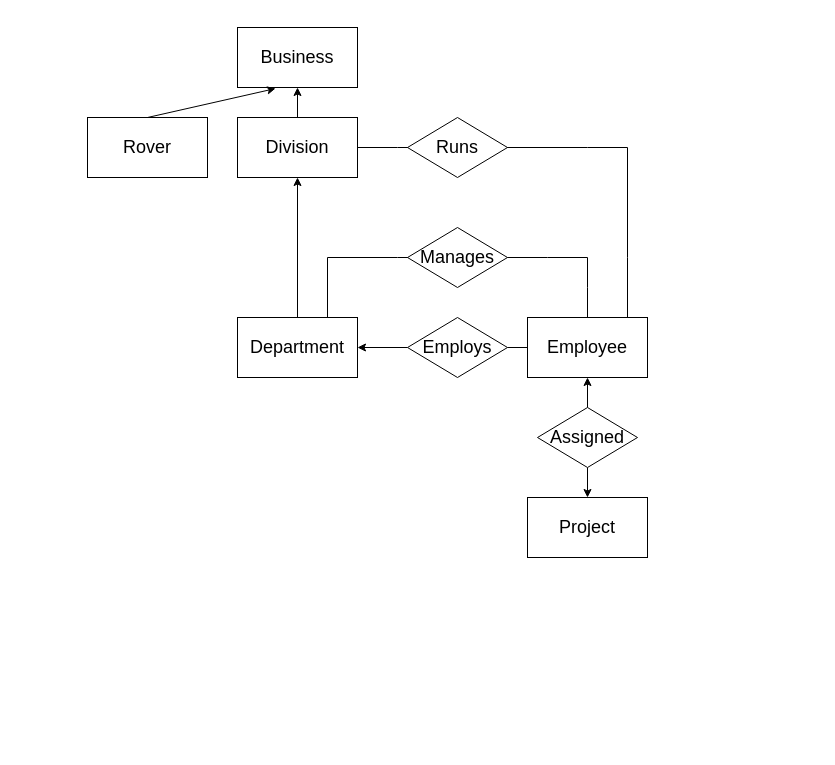
Earlier version of the draw.io diagram business.drawio (lucylee-412/CISC-3810). Source tidied: cells renumbered, new cells numbered last; positions are measured from the earlier drawing's top-left corner, leaving out a move shared by most shapes. Both pictures are drawn from the tidied source at 100%, with x=0, y=0 at pixel (87, 27).
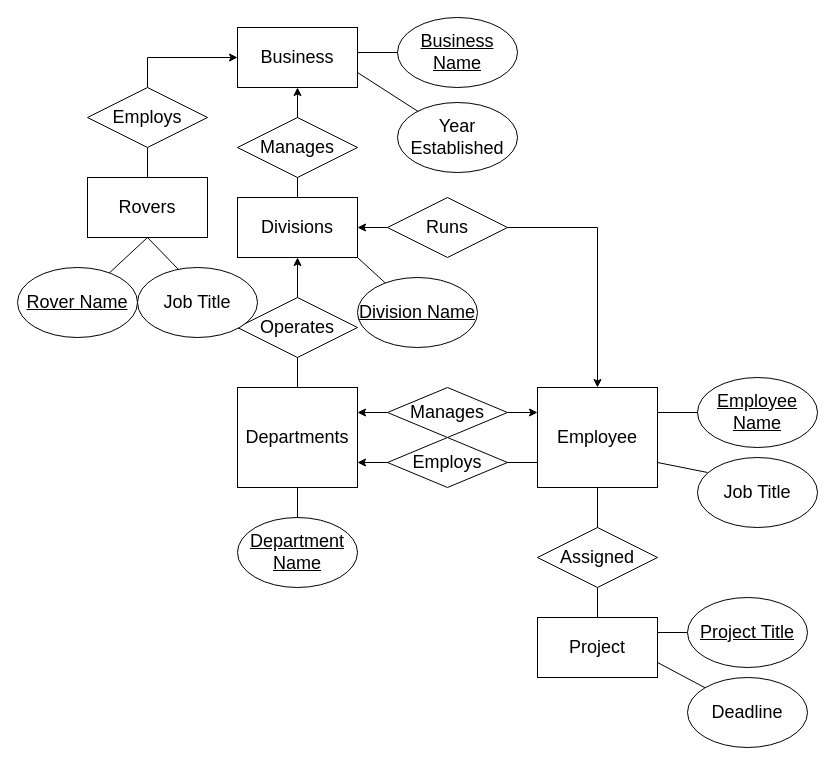
The same page after the edit.

Unchanged cells that the change refers to:
```xml
<mxCell id="7" value="&lt;font style=&quot;font-size: 18px&quot;&gt;Business&lt;/font&gt;" style="rounded=0;whiteSpace=wrap;html=1;" parent="1" vertex="1">
  <mxGeometry x="150" width="120" height="60" as="geometry" />
</mxCell>
```

Change to the diagram source:
```diff
@@
-    <mxCell id="2" value="&lt;font style=&quot;font-size: 18px&quot;&gt;Department&lt;/font&gt;" style="rounded=0;whiteSpace=wrap;html=1;" parent="1" vertex="1">
-      <mxGeometry x="150" y="290" width="120" height="60" as="geometry" />
+    <mxCell id="2" value="&lt;font style=&quot;font-size: 18px&quot;&gt;Departments&lt;/font&gt;" style="rounded=0;whiteSpace=wrap;html=1;" parent="1" vertex="1">
+      <mxGeometry x="150" y="360" width="120" height="100" as="geometry" />
     </mxCell>
-    <mxCell id="3" value="Employs" style="rhombus;whiteSpace=wrap;html=1;fontSize=18;" parent="1" vertex="1">
-      <mxGeometry x="320" y="290" width="100" height="60" as="geometry" />
+    <mxCell id="3" value="Manages" style="rhombus;whiteSpace=wrap;html=1;fontSize=18;" parent="1" vertex="1">
+      <mxGeometry x="300" y="360" width="120" height="50" as="geometry" />
     </mxCell>
     <mxCell id="4" value="&lt;font style=&quot;font-size: 18px&quot;&gt;Employee&lt;/font&gt;" style="rounded=0;whiteSpace=wrap;html=1;" parent="1" vertex="1">
-      <mxGeometry x="440" y="290" width="120" height="60" as="geometry" />
+      <mxGeometry x="450" y="360" width="120" height="100" as="geometry" />
     </mxCell>
-    <mxCell id="5" style="endArrow=none;html=1;rounded=0;fontSize=18;exitX=1;exitY=0.5;exitDx=0;exitDy=0;entryX=0;entryY=0.5;entryDx=0;entryDy=0;" parent="1" edge="1" source="3" target="4">
-      <mxGeometry relative="1" as="geometry" />
-    </mxCell>
-    <mxCell id="6" style="endArrow=classic;html=1;rounded=0;fontSize=16;exitX=0.5;exitY=0;exitDx=0;exitDy=0;" parent="1" edge="1" source="2">
-      <mxGeometry relative="1" as="geometry">
-        <mxPoint x="210" y="150" as="targetPoint" />
-      </mxGeometry>
+    <mxCell id="6" style="endArrow=classic;html=1;rounded=0;fontSize=16;exitX=0.5;exitY=0;exitDx=0;exitDy=0;startArrow=none;entryX=0.5;entryY=1;entryDx=0;entryDy=0;" parent="1" edge="1" source="23" target="11">
+      <mxGeometry relative="1" as="geometry" />
     </mxCell>
@@
-    <mxCell id="8" style="endArrow=classic;html=1;rounded=0;entryX=1;entryY=0.5;entryDx=0;entryDy=0;" parent="1" edge="1" source="3" target="2">
+    <mxCell id="8" style="endArrow=classic;html=1;rounded=0;entryX=1;entryY=0.25;entryDx=0;entryDy=0;" parent="1" edge="1" source="3" target="2">
       <mxGeometry relative="1" as="geometry" />
     </mxCell>
-    <mxCell id="9" value="&lt;font style=&quot;font-size: 18px&quot;&gt;Rover&lt;/font&gt;" style="rounded=0;whiteSpace=wrap;html=1;" parent="1" vertex="1">
-      <mxGeometry y="90" width="120" height="60" as="geometry" />
+    <mxCell id="9" value="&lt;font style=&quot;font-size: 18px&quot;&gt;Rovers&lt;/font&gt;" style="rounded=0;whiteSpace=wrap;html=1;" parent="1" vertex="1">
+      <mxGeometry y="150" width="120" height="60" as="geometry" />
     </mxCell>
-    <mxCell id="10" style="endArrow=classic;html=1;rounded=0;fontSize=16;exitX=0.5;exitY=0;exitDx=0;exitDy=0;entryX=0.317;entryY=1.017;entryDx=0;entryDy=0;entryPerimeter=0;" parent="1" edge="1" source="9" target="7">
-      <mxGeometry relative="1" as="geometry" />
+    <mxCell id="10" style="endArrow=classic;html=1;rounded=0;fontSize=16;exitX=0.5;exitY=0;exitDx=0;exitDy=0;entryX=0;entryY=0.5;entryDx=0;entryDy=0;startArrow=none;" parent="1" edge="1" source="21" target="7">
+      <mxGeometry relative="1" as="geometry">
+        <Array as="points">
+          <mxPoint x="60" y="30" />
+        </Array>
+      </mxGeometry>
     </mxCell>
-    <mxCell id="11" value="&lt;font style=&quot;font-size: 18px&quot;&gt;Division&lt;/font&gt;" style="rounded=0;whiteSpace=wrap;html=1;" parent="1" vertex="1">
-      <mxGeometry x="150" y="90" width="120" height="60" as="geometry" />
+    <mxCell id="11" value="&lt;font style=&quot;font-size: 18px&quot;&gt;Divisions&lt;/font&gt;" style="rounded=0;whiteSpace=wrap;html=1;" parent="1" vertex="1">
+      <mxGeometry x="150" y="170" width="120" height="60" as="geometry" />
     </mxCell>
@@
     <mxCell id="13" value="&lt;font style=&quot;font-size: 18px&quot;&gt;Project&lt;/font&gt;" style="rounded=0;whiteSpace=wrap;html=1;" parent="1" vertex="1">
-      <mxGeometry x="440" y="470" width="120" height="60" as="geometry" />
+      <mxGeometry x="450" y="590" width="120" height="60" as="geometry" />
     </mxCell>
-    <mxCell id="14" style="endArrow=classic;startArrow=none;html=1;rounded=0;entryX=0.5;entryY=0;entryDx=0;entryDy=0;" parent="1" edge="1" source="18" target="13">
-      <mxGeometry relative="1" as="geometry" />
-    </mxCell>
+    <mxCell id="16" value="Manages" style="rhombus;whiteSpace=wrap;html=1;fontSize=18;" parent="1" vertex="1">
+      <mxGeometry x="150" y="90" width="120" height="60" as="geometry" />
+    </mxCell>
+    <mxCell id="21" value="Employs" style="rhombus;whiteSpace=wrap;html=1;fontSize=18;" parent="1" vertex="1">
+      <mxGeometry y="60" width="120" height="60" as="geometry" />
+    </mxCell>
+    <mxCell id="22" style="endArrow=none;html=1;rounded=0;fontSize=16;exitX=0.5;exitY=0;exitDx=0;exitDy=0;entryX=0.5;entryY=1;entryDx=0;entryDy=0;" parent="1" edge="1" source="9" target="21">
+      <mxGeometry relative="1" as="geometry" />
+    </mxCell>
+    <mxCell id="23" value="Operates" style="rhombus;whiteSpace=wrap;html=1;fontSize=18;" parent="1" vertex="1">
+      <mxGeometry x="150" y="270" width="120" height="60" as="geometry" />
+    </mxCell>
+    <mxCell id="24" style="endArrow=none;html=1;rounded=0;fontSize=16;exitX=0.5;exitY=0;exitDx=0;exitDy=0;" parent="1" edge="1" source="2" target="23">
+      <mxGeometry relative="1" as="geometry" />
+    </mxCell>
+    <mxCell id="20" value="Runs" style="rhombus;whiteSpace=wrap;html=1;fontSize=18;" parent="1" vertex="1">
+      <mxGeometry x="300" y="170" width="120" height="60" as="geometry" />
+    </mxCell>
+    <mxCell id="25" style="endArrow=classic;html=1;rounded=0;entryX=1;entryY=0.5;entryDx=0;entryDy=0;exitX=0;exitY=0.5;exitDx=0;exitDy=0;" parent="1" edge="1" source="20" target="11">
+      <mxGeometry relative="1" as="geometry" />
+    </mxCell>
+    <mxCell id="26" style="endArrow=classic;html=1;rounded=0;exitX=1;exitY=0.5;exitDx=0;exitDy=0;entryX=0.5;entryY=0;entryDx=0;entryDy=0;" parent="1" edge="1" source="20" target="4">
+      <mxGeometry relative="1" as="geometry">
+        <Array as="points">
+          <mxPoint x="510" y="200" />
+        </Array>
+      </mxGeometry>
+    </mxCell>
+    <mxCell id="27" style="endArrow=none;html=1;rounded=0;entryX=0.5;entryY=1;entryDx=0;entryDy=0;exitX=0.5;exitY=0;exitDx=0;exitDy=0;" parent="1" edge="1" source="18" target="4">
+      <mxGeometry relative="1" as="geometry" />
+    </mxCell>
+    <mxCell id="28" style="endArrow=none;html=1;rounded=0;exitX=0.5;exitY=0;exitDx=0;exitDy=0;startArrow=none;" parent="1" edge="1" source="18">
+      <mxGeometry relative="1" as="geometry">
+        <mxPoint x="510" y="510" as="targetPoint" />
+      </mxGeometry>
+    </mxCell>
+    <mxCell id="5" style="endArrow=classic;html=1;rounded=0;entryX=0;entryY=0.25;entryDx=0;entryDy=0;exitX=1;exitY=0.5;exitDx=0;exitDy=0;" parent="1" edge="1" source="3" target="4">
+      <mxGeometry relative="1" as="geometry" />
+    </mxCell>
-    <mxCell id="15" style="endArrow=none;html=1;rounded=0;entryX=0.75;entryY=0;entryDx=0;entryDy=0;exitX=0.5;exitY=0;exitDx=0;exitDy=0;" parent="1" edge="1" source="4" target="2">
-      <mxGeometry relative="1" as="geometry">
-        <Array as="points">
-          <mxPoint x="500" y="260" />
-          <mxPoint x="500" y="230" />
-          <mxPoint x="460" y="230" />
-          <mxPoint x="420" y="230" />
-          <mxPoint x="370" y="230" />
-          <mxPoint x="310" y="230" />
-          <mxPoint x="240" y="230" />
-        </Array>
-      </mxGeometry>
+    <mxCell id="15" style="endArrow=classic;html=1;rounded=0;fontSize=16;exitX=0;exitY=0.75;exitDx=0;exitDy=0;startArrow=none;entryX=1;entryY=0.75;entryDx=0;entryDy=0;" parent="1" edge="1" source="4" target="2">
+      <mxGeometry relative="1" as="geometry" />
     </mxCell>
-    <mxCell id="16" value="Manages" style="rhombus;whiteSpace=wrap;html=1;fontSize=18;" parent="1" vertex="1">
-      <mxGeometry x="320" y="200" width="100" height="60" as="geometry" />
-    </mxCell>
-    <mxCell id="17" style="endArrow=none;html=1;rounded=0;entryX=1;entryY=0.5;entryDx=0;entryDy=0;" parent="1" edge="1" target="11">
-      <mxGeometry relative="1" as="geometry">
-        <mxPoint x="540" y="290" as="sourcePoint" />
-        <Array as="points">
-          <mxPoint x="540" y="230" />
-          <mxPoint x="540" y="120" />
-          <mxPoint x="500" y="120" />
-          <mxPoint x="380" y="120" />
-          <mxPoint x="310" y="120" />
-        </Array>
-      </mxGeometry>
-    </mxCell>
+    <mxCell id="29" value="Employs" style="rhombus;whiteSpace=wrap;html=1;fontSize=18;" parent="1" vertex="1">
+      <mxGeometry x="300" y="410" width="120" height="50" as="geometry" />
+    </mxCell>
     <mxCell id="18" value="Assigned" style="rhombus;whiteSpace=wrap;html=1;fontSize=18;" parent="1" vertex="1">
-      <mxGeometry x="450" y="380" width="100" height="60" as="geometry" />
+      <mxGeometry x="450" y="500" width="120" height="60" as="geometry" />
     </mxCell>
-    <mxCell id="19" style="endArrow=none;startArrow=classic;html=1;rounded=0;" parent="1" edge="1" source="4" target="18">
-      <mxGeometry relative="1" as="geometry" />
-    </mxCell>
-    <mxCell id="20" value="Runs" style="rhombus;whiteSpace=wrap;html=1;fontSize=18;" parent="1" vertex="1">
-      <mxGeometry x="320" y="90" width="100" height="60" as="geometry" />
-    </mxCell>
+    <mxCell id="30" style="endArrow=none;html=1;rounded=0;exitX=0.5;exitY=0;exitDx=0;exitDy=0;" parent="1" edge="1" source="13" target="18">
+      <mxGeometry relative="1" as="geometry" />
+    </mxCell>
+    <mxCell id="31" value="&lt;font style=&quot;font-size: 18px&quot;&gt;&lt;u&gt;Employee&lt;br&gt;Name&lt;/u&gt;&lt;br&gt;&lt;/font&gt;" style="ellipse;whiteSpace=wrap;html=1;" parent="1" vertex="1">
+      <mxGeometry x="610" y="350" width="120" height="70" as="geometry" />
+    </mxCell>
+    <mxCell id="32" style="endArrow=none;html=1;rounded=0;fontSize=18;exitX=1;exitY=0.25;exitDx=0;exitDy=0;entryX=0;entryY=0.5;entryDx=0;entryDy=0;" parent="1" edge="1" source="4" target="31">
+      <mxGeometry relative="1" as="geometry" />
+    </mxCell>
+    <mxCell id="33" style="endArrow=none;html=1;rounded=0;fontSize=18;exitX=1;exitY=0.25;exitDx=0;exitDy=0;" parent="1" edge="1" source="13">
+      <mxGeometry relative="1" as="geometry">
+        <mxPoint x="600" y="605" as="targetPoint" />
+      </mxGeometry>
+    </mxCell>
+    <mxCell id="34" value="&lt;font style=&quot;font-size: 18px&quot;&gt;&lt;u&gt;Project Title&lt;/u&gt;&lt;br&gt;&lt;/font&gt;" style="ellipse;whiteSpace=wrap;html=1;" parent="1" vertex="1">
+      <mxGeometry x="600" y="570" width="120" height="70" as="geometry" />
+    </mxCell>
+    <mxCell id="35" style="endArrow=none;html=1;rounded=0;fontSize=18;exitX=1;exitY=0.75;exitDx=0;exitDy=0;entryX=0;entryY=0;entryDx=0;entryDy=0;" parent="1" edge="1" source="13" target="36">
+      <mxGeometry relative="1" as="geometry" />
+    </mxCell>
+    <mxCell id="36" value="&lt;font style=&quot;font-size: 18px&quot;&gt;Deadline&lt;br&gt;&lt;/font&gt;" style="ellipse;whiteSpace=wrap;html=1;" parent="1" vertex="1">
+      <mxGeometry x="600" y="650" width="120" height="70" as="geometry" />
+    </mxCell>
+    <mxCell id="37" style="endArrow=none;html=1;rounded=0;fontSize=18;exitX=1;exitY=0.75;exitDx=0;exitDy=0;entryX=0.083;entryY=0.214;entryDx=0;entryDy=0;entryPerimeter=0;" parent="1" edge="1" source="4" target="38">
+      <mxGeometry relative="1" as="geometry" />
+    </mxCell>
+    <mxCell id="38" value="&lt;font style=&quot;font-size: 18px&quot;&gt;Job Title&lt;br&gt;&lt;/font&gt;" style="ellipse;whiteSpace=wrap;html=1;" parent="1" vertex="1">
+      <mxGeometry x="610" y="430" width="120" height="70" as="geometry" />
+    </mxCell>
+    <mxCell id="39" value="&lt;font style=&quot;font-size: 18px&quot;&gt;&lt;u&gt;Business Name&lt;/u&gt;&lt;br&gt;&lt;/font&gt;" style="ellipse;whiteSpace=wrap;html=1;" parent="1" vertex="1">
+      <mxGeometry x="310" y="-10" width="120" height="70" as="geometry" />
+    </mxCell>
+    <mxCell id="40" style="endArrow=none;html=1;rounded=0;fontSize=18;exitX=1;exitY=0.25;exitDx=0;exitDy=0;entryX=0;entryY=0.5;entryDx=0;entryDy=0;" parent="1" edge="1" target="39">
+      <mxGeometry relative="1" as="geometry">
+        <mxPoint x="270" y="25" as="sourcePoint" />
+      </mxGeometry>
+    </mxCell>
+    <mxCell id="41" style="endArrow=none;html=1;rounded=0;fontSize=18;exitX=1;exitY=0.75;exitDx=0;exitDy=0;" parent="1" edge="1" source="7">
+      <mxGeometry relative="1" as="geometry">
+        <mxPoint x="340" y="90" as="targetPoint" />
+      </mxGeometry>
+    </mxCell>
+    <mxCell id="42" value="&lt;font style=&quot;font-size: 18px&quot;&gt;Year Established&lt;br&gt;&lt;/font&gt;" style="ellipse;whiteSpace=wrap;html=1;" parent="1" vertex="1">
+      <mxGeometry x="310" y="75" width="120" height="70" as="geometry" />
+    </mxCell>
+    <mxCell id="43" value="&lt;font style=&quot;font-size: 18px&quot;&gt;&lt;u&gt;Rover Name&lt;/u&gt;&lt;br&gt;&lt;/font&gt;" style="ellipse;whiteSpace=wrap;html=1;" parent="1" vertex="1">
+      <mxGeometry x="-70" y="240" width="120" height="70" as="geometry" />
+    </mxCell>
+    <mxCell id="44" value="&lt;font style=&quot;font-size: 18px&quot;&gt;Job Title&lt;br&gt;&lt;/font&gt;" style="ellipse;whiteSpace=wrap;html=1;" parent="1" vertex="1">
+      <mxGeometry x="50" y="240" width="120" height="70" as="geometry" />
+    </mxCell>
+    <mxCell id="45" style="endArrow=none;html=1;rounded=0;fontSize=18;exitX=0.5;exitY=1;exitDx=0;exitDy=0;" parent="1" edge="1" source="9" target="43">
+      <mxGeometry relative="1" as="geometry" />
+    </mxCell>
+    <mxCell id="46" style="endArrow=none;html=1;rounded=0;fontSize=18;entryX=0.342;entryY=0.029;entryDx=0;entryDy=0;entryPerimeter=0;" parent="1" edge="1" target="44">
+      <mxGeometry relative="1" as="geometry">
+        <mxPoint x="60" y="210" as="sourcePoint" />
+      </mxGeometry>
+    </mxCell>
+    <mxCell id="47" value="&lt;font style=&quot;font-size: 18px&quot;&gt;&lt;u&gt;Department Name&lt;/u&gt;&lt;br&gt;&lt;/font&gt;" style="ellipse;whiteSpace=wrap;html=1;" parent="1" vertex="1">
+      <mxGeometry x="150" y="490" width="120" height="70" as="geometry" />
+    </mxCell>
+    <mxCell id="48" style="endArrow=none;html=1;rounded=0;fontSize=18;exitX=0.5;exitY=1;exitDx=0;exitDy=0;entryX=0.5;entryY=0;entryDx=0;entryDy=0;" parent="1" edge="1" source="2" target="47">
+      <mxGeometry relative="1" as="geometry" />
+    </mxCell>
+    <mxCell id="49" value="&lt;font style=&quot;font-size: 18px&quot;&gt;&lt;u&gt;Division Name&lt;/u&gt;&lt;br&gt;&lt;/font&gt;" style="ellipse;whiteSpace=wrap;html=1;" parent="1" vertex="1">
+      <mxGeometry x="270" y="250" width="120" height="70" as="geometry" />
+    </mxCell>
+    <mxCell id="50" style="endArrow=none;html=1;rounded=0;fontSize=18;exitX=1;exitY=1;exitDx=0;exitDy=0;" parent="1" edge="1" source="11" target="49">
+      <mxGeometry relative="1" as="geometry" />
+    </mxCell>
```
